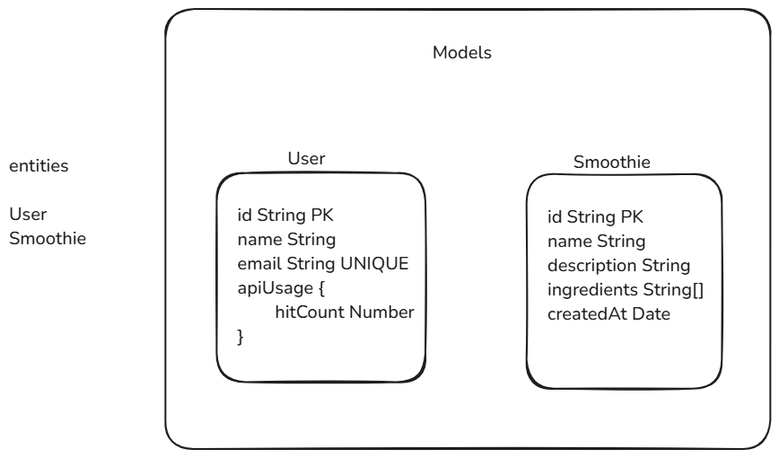
mrtnstl/smoothie-store keeps this Excalidraw diagram as docs/models_and_erd.excalidraw.png. Above is the earlier version. Source tidied: one line per element, renumbered; positions are measured from the earlier drawing's top-left corner, leaving out a move shared by most shapes. The source it was exported from:
```json
{"id": 0, "type": "rectangle", "strokeColor": "#1e1e1e", "strokeWidth": 2, "roughness": 1, "round": true, "x": 57, "y": 183, "width": 233, "height": 233}
{"id": 1, "type": "text", "text": "id String PK\nname String\nemail String UNIQUE\napiUsage {\n        hitCount Number\n}", "strokeColor": "#1e1e1e", "strokeWidth": 2, "roughness": 1, "fontSize": 20, "fontFamily": 6, "x": 80, "y": 216, "width": 197, "height": 162}
{"id": 2, "type": "rectangle", "strokeColor": "#1e1e1e", "strokeWidth": 2, "roughness": 1, "round": true, "x": 402, "y": 184, "width": 218, "height": 239}
{"id": 3, "type": "text", "text": "id String PK\nname String\ndescription String\ningredients String[]\ncreatedAt Date", "strokeColor": "#1e1e1e", "strokeWidth": 2, "roughness": 1, "fontSize": 20, "fontFamily": 6, "x": 426, "y": 217, "width": 175, "height": 135}
{"id": 4, "type": "text", "text": "User", "strokeColor": "#1e1e1e", "strokeWidth": 2, "roughness": 1, "fontSize": 20, "fontFamily": 6, "x": 136, "y": 153, "width": 42, "height": 27}
{"id": 5, "type": "text", "text": "Smoothie", "strokeColor": "#1e1e1e", "strokeWidth": 2, "roughness": 1, "fontSize": 20, "fontFamily": 6, "x": 454, "y": 157, "width": 86, "height": 27}
{"id": 6, "type": "text", "text": "Models", "strokeColor": "#1e1e1e", "strokeWidth": 2, "roughness": 1, "fontSize": 20, "fontFamily": 6, "x": 297, "y": 35, "width": 66, "height": 27}
{"id": 7, "type": "rectangle", "strokeColor": "#1e1e1e", "strokeWidth": 2, "roughness": 1, "round": true, "x": 0, "y": 0, "width": 674, "height": 490}
```
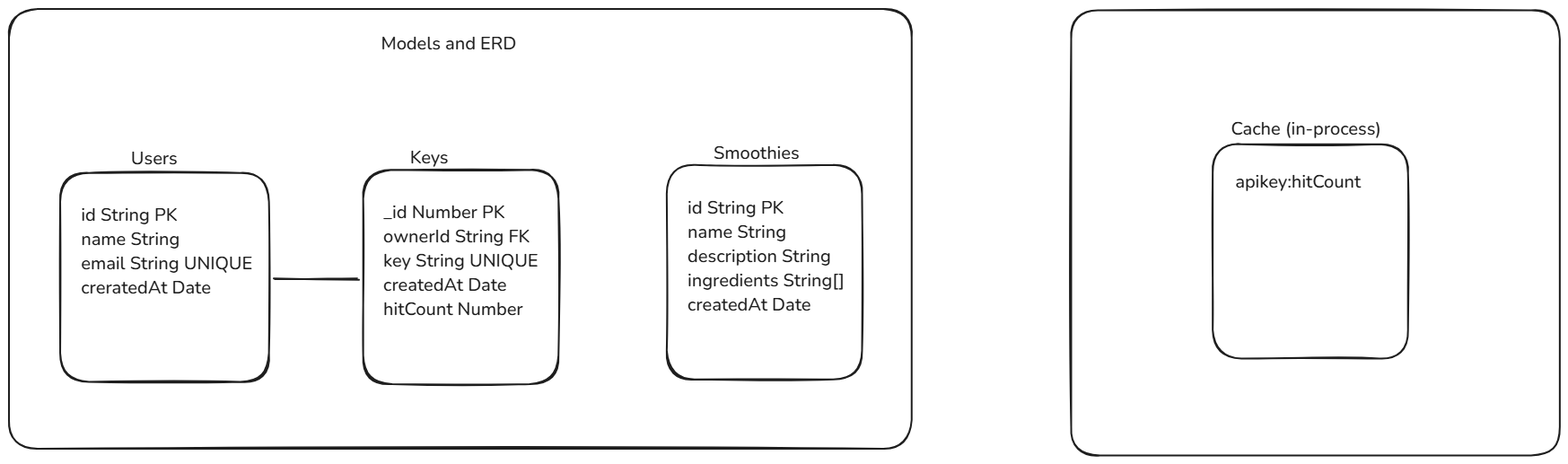
The same diagram one commit later.

Commit message:
update: models_and_erd

The edit, as a diff of the source:
```diff
@@ -1,8 +1,16 @@
 {"id": 0, "type": "rectangle", "strokeColor": "#1e1e1e", "strokeWidth": 2, "roughness": 1, "round": true, "x": 57, "y": 183, "width": 233, "height": 233}
-{"id": 1, "type": "text", "text": "id String PK\nname String\nemail String UNIQUE\napiUsage {\n        hitCount Number\n}", "strokeColor": "#1e1e1e", "strokeWidth": 2, "roughness": 1, "fontSize": 20, "fontFamily": 6, "x": 80, "y": 216, "width": 197, "height": 162}
+{"id": 1, "type": "text", "text": "id String PK\nname String\nemail String UNIQUE\ncreratedAt Date", "strokeColor": "#1e1e1e", "strokeWidth": 2, "roughness": 1, "fontSize": 20, "fontFamily": 6, "x": 80, "y": 216, "width": 191, "height": 108}
-{"id": 2, "type": "rectangle", "strokeColor": "#1e1e1e", "strokeWidth": 2, "roughness": 1, "round": true, "x": 402, "y": 184, "width": 218, "height": 239}
+{"id": 2, "type": "rectangle", "strokeColor": "#1e1e1e", "strokeWidth": 2, "roughness": 1, "round": true, "x": 733, "y": 174, "width": 218, "height": 239}
-{"id": 3, "type": "text", "text": "id String PK\nname String\ndescription String\ningredients String[]\ncreatedAt Date", "strokeColor": "#1e1e1e", "strokeWidth": 2, "roughness": 1, "fontSize": 20, "fontFamily": 6, "x": 426, "y": 217, "width": 175, "height": 135}
+{"id": 3, "type": "text", "text": "id String PK\nname String\ndescription String\ningredients String[]\ncreatedAt Date", "strokeColor": "#1e1e1e", "strokeWidth": 2, "roughness": 1, "fontSize": 20, "fontFamily": 6, "x": 756, "y": 207, "width": 175, "height": 135}
-{"id": 4, "type": "text", "text": "User", "strokeColor": "#1e1e1e", "strokeWidth": 2, "roughness": 1, "fontSize": 20, "fontFamily": 6, "x": 136, "y": 153, "width": 42, "height": 27}
+{"id": 4, "type": "text", "text": "Users", "strokeColor": "#1e1e1e", "strokeWidth": 2, "roughness": 1, "fontSize": 20, "fontFamily": 6, "x": 136, "y": 153, "width": 52, "height": 27}
-{"id": 5, "type": "text", "text": "Smoothie", "strokeColor": "#1e1e1e", "strokeWidth": 2, "roughness": 1, "fontSize": 20, "fontFamily": 6, "x": 454, "y": 157, "width": 86, "height": 27}
+{"id": 5, "type": "text", "text": "Smoothies", "strokeColor": "#1e1e1e", "strokeWidth": 2, "roughness": 1, "fontSize": 20, "fontFamily": 6, "x": 785, "y": 147, "width": 96, "height": 27}
-{"id": 6, "type": "text", "text": "Models", "strokeColor": "#1e1e1e", "strokeWidth": 2, "roughness": 1, "fontSize": 20, "fontFamily": 6, "x": 297, "y": 35, "width": 66, "height": 27}
+{"id": 6, "type": "text", "text": "Models and ERD", "strokeColor": "#1e1e1e", "strokeWidth": 2, "roughness": 1, "fontSize": 20, "fontFamily": 6, "x": 414, "y": 25, "width": 151, "height": 27}
-{"id": 7, "type": "rectangle", "strokeColor": "#1e1e1e", "strokeWidth": 2, "roughness": 1, "round": true, "x": 0, "y": 0, "width": 674, "height": 490}
+{"id": 7, "type": "rectangle", "strokeColor": "#1e1e1e", "strokeWidth": 2, "roughness": 1, "round": true, "x": 0, "y": 0, "width": 1006, "height": 490}
+{"id": 8, "type": "rectangle", "strokeColor": "#1e1e1e", "strokeWidth": 2, "roughness": 1, "round": true, "x": 395, "y": 179, "width": 218, "height": 239}
+{"id": 9, "type": "text", "text": "_id Number PK\nownerId String FK\nkey String UNIQUE\ncreatedAt Date\nhitCount Number", "strokeColor": "#1e1e1e", "strokeWidth": 2, "roughness": 1, "fontSize": 20, "fontFamily": 6, "x": 417, "y": 213, "width": 172, "height": 135}
+{"id": 10, "type": "text", "text": "Keys", "strokeColor": "#1e1e1e", "strokeWidth": 2, "roughness": 1, "fontSize": 20, "fontFamily": 6, "x": 447, "y": 152, "width": 43, "height": 27}
+{"id": 11, "type": "rectangle", "strokeColor": "#1e1e1e", "strokeWidth": 2, "roughness": 1, "round": true, "x": 1183, "y": 1, "width": 544, "height": 496}
+{"id": 12, "type": "text", "text": "Cache (in-process)", "strokeColor": "#1e1e1e", "strokeWidth": 2, "roughness": 1, "fontSize": 20, "fontFamily": 6, "x": 1361, "y": 120, "width": 167, "height": 27}
+{"id": 13, "type": "rectangle", "strokeColor": "#1e1e1e", "strokeWidth": 2, "roughness": 1, "round": true, "x": 1341, "y": 151, "width": 218, "height": 239}
+{"id": 14, "type": "text", "text": "apikey:hitCount", "strokeColor": "#1e1e1e", "strokeWidth": 2, "roughness": 1, "fontSize": 20, "fontFamily": 6, "x": 1366, "y": 178, "width": 140, "height": 27}
+{"id": 15, "type": "arrow", "strokeColor": "#1e1e1e", "strokeWidth": 2, "roughness": 1, "round": true, "from": 0, "to": 8, "x": 296, "y": 300, "width": 92, "height": 0, "points": [[0, 0], [92, 0]]}
```
